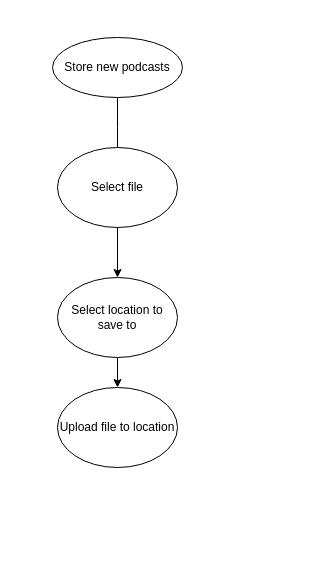
The draw.io diagram StoreNew_ActivityDiagram.drawio in Glizzus/COMP-3700, before the edit. Source tidied: cells renumbered, new cells numbered last; positions are measured from the earlier drawing's top-left corner, leaving out a move shared by most shapes. Both pictures are drawn from the tidied source at 100%, with x=0, y=0 at pixel (52, 37).
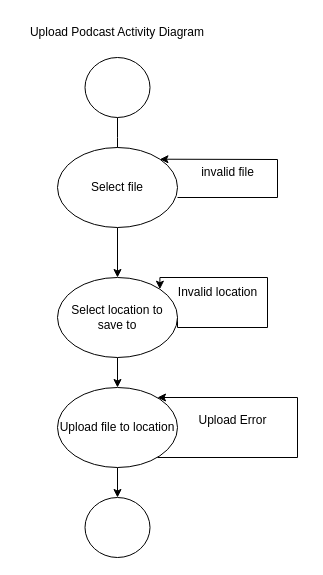
The same diagram, later.

Commit message (it also covers changes not shown here):
Store new podcast and social media upload

Unchanged cells that the change refers to:
```xml
<mxCell id="5" value="Select file" style="ellipse;whiteSpace=wrap;html=1;" parent="1" vertex="1">
  <mxGeometry x="5" y="110" width="120" height="80" as="geometry" />
</mxCell>
<mxCell id="7" value="Select location to save to" style="ellipse;whiteSpace=wrap;html=1;" parent="1" vertex="1">
  <mxGeometry x="5" y="240" width="120" height="80" as="geometry" />
</mxCell>
<mxCell id="8" value="Upload file to location" style="ellipse;whiteSpace=wrap;html=1;" parent="1" vertex="1">
  <mxGeometry x="5" y="350" width="120" height="80" as="geometry" />
</mxCell>
```

Diff of the diagram source:
```diff
@@
-    <mxCell id="3" value="Store new podcasts" style="ellipse;whiteSpace=wrap;html=1;" parent="1" vertex="1">
-      <mxGeometry width="130" height="60" as="geometry" />
+    <mxCell id="3" style="ellipse;whiteSpace=wrap;html=1;" parent="1" vertex="1">
+      <mxGeometry x="32.5" y="20" width="65" height="60" as="geometry" />
     </mxCell>
@@
+    <mxCell id="9" style="edgeStyle=orthogonalEdgeStyle;rounded=0;orthogonalLoop=1;jettySize=auto;html=1;exitX=1;exitY=0.5;exitDx=0;exitDy=0;entryX=1;entryY=0;entryDx=0;entryDy=0;" parent="1" edge="1" source="7" target="7">
+      <mxGeometry relative="1" as="geometry">
+        <Array as="points">
+          <mxPoint x="125" y="290" />
+          <mxPoint x="215" y="290" />
+          <mxPoint x="215" y="240" />
+          <mxPoint x="107" y="240" />
+        </Array>
+      </mxGeometry>
+    </mxCell>
@@
+    <mxCell id="10" style="edgeStyle=orthogonalEdgeStyle;rounded=0;jettySize=auto;html=1;entryX=0.5;entryY=0;entryDx=0;entryDy=0;" parent="1" edge="1" source="8" target="14">
+      <mxGeometry relative="1" as="geometry" />
+    </mxCell>
@@
+    <mxCell id="11" style="endArrow=classic;html=1;rounded=0;entryX=1;entryY=0;entryDx=0;entryDy=0;" parent="1" edge="1" target="5">
+      <mxGeometry relative="1" as="geometry">
+        <mxPoint x="125" y="160" as="sourcePoint" />
+        <Array as="points">
+          <mxPoint x="225" y="160" />
+          <mxPoint x="225" y="122" />
+        </Array>
+      </mxGeometry>
+    </mxCell>
+    <mxCell id="12" value="invalid file" style="text;html=1;align=center;verticalAlign=middle;strokeColor=none;fillColor=none;" parent="1" vertex="1">
+      <mxGeometry x="135" y="120" width="80" height="30" as="geometry" />
+    </mxCell>
+    <mxCell id="13" value="Invalid location" style="text;html=1;align=center;verticalAlign=middle;strokeColor=none;fillColor=none;" parent="1" vertex="1">
+      <mxGeometry x="115" y="240" width="100" height="30" as="geometry" />
+    </mxCell>
+    <mxCell id="14" style="ellipse;whiteSpace=wrap;html=1;" parent="1" vertex="1">
+      <mxGeometry x="32.5" y="460" width="65" height="60" as="geometry" />
+    </mxCell>
+    <mxCell id="15" style="endArrow=classic;html=1;rounded=0;" parent="1" edge="1">
+      <mxGeometry relative="1" as="geometry">
+        <mxPoint x="105" y="420" as="sourcePoint" />
+        <mxPoint x="105" y="360" as="targetPoint" />
+        <Array as="points">
+          <mxPoint x="245" y="420" />
+          <mxPoint x="245" y="360" />
+        </Array>
+      </mxGeometry>
+    </mxCell>
+    <mxCell id="16" value="Upload Error" style="text;html=1;align=center;verticalAlign=middle;strokeColor=none;fillColor=none;" parent="1" vertex="1">
+      <mxGeometry x="135" y="368" width="90" height="30" as="geometry" />
+    </mxCell>
+    <mxCell id="17" value="Upload Podcast Activity Diagram" style="text;html=1;strokeColor=none;fillColor=none;align=center;verticalAlign=middle;whiteSpace=wrap;rounded=0;" parent="1" vertex="1">
+      <mxGeometry x="-35" y="-20" width="200" height="30" as="geometry" />
+    </mxCell>
```
